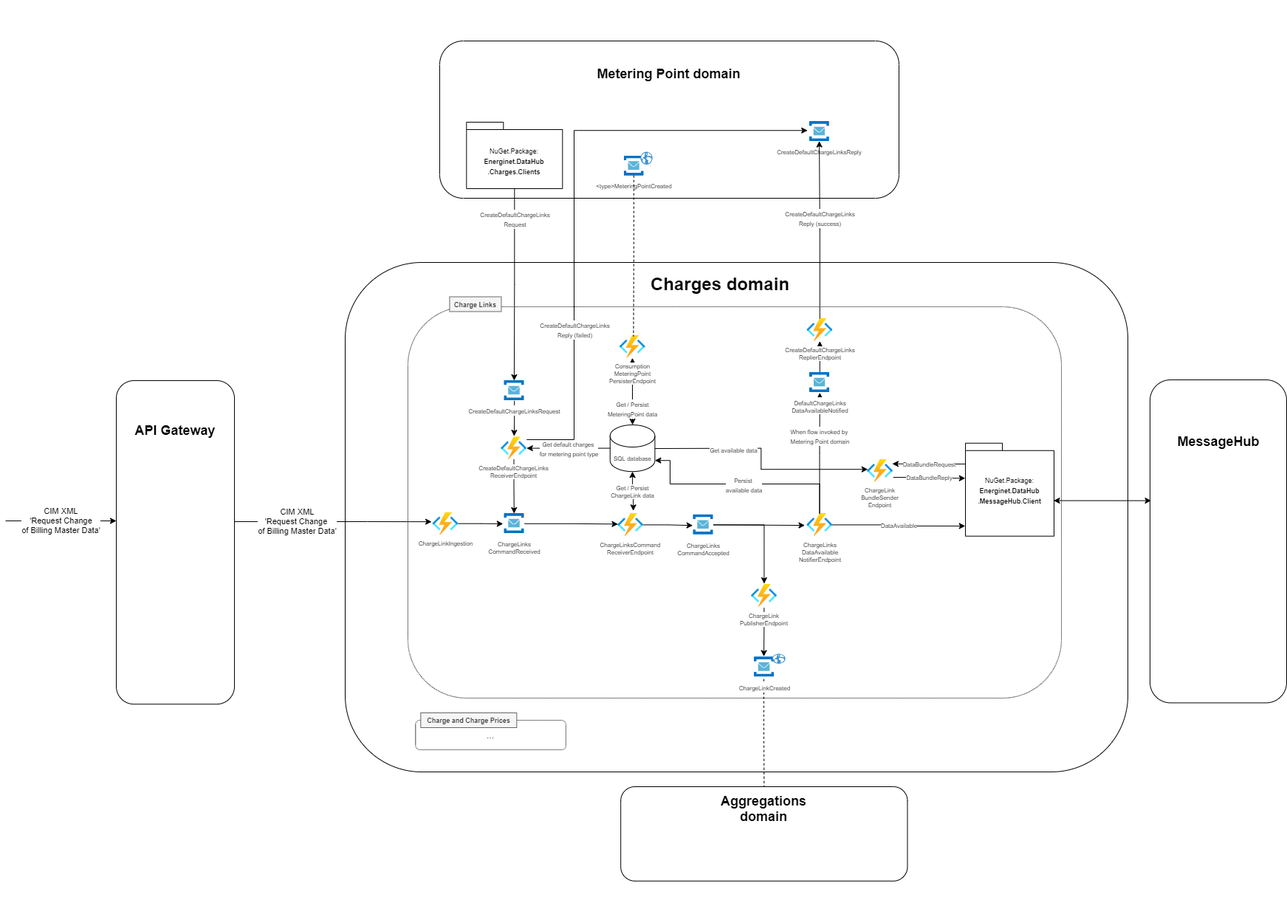
This is ARCHITECTURE-ChargeLinks.png from Energinet-DataHub/ARCHIVED-geh-charges, a draw.io export, as it was before one commit. Source tidied: cells renumbered, new cells last; positions are measured from the earlier drawing's top-left corner, leaving out a move shared by most shapes.
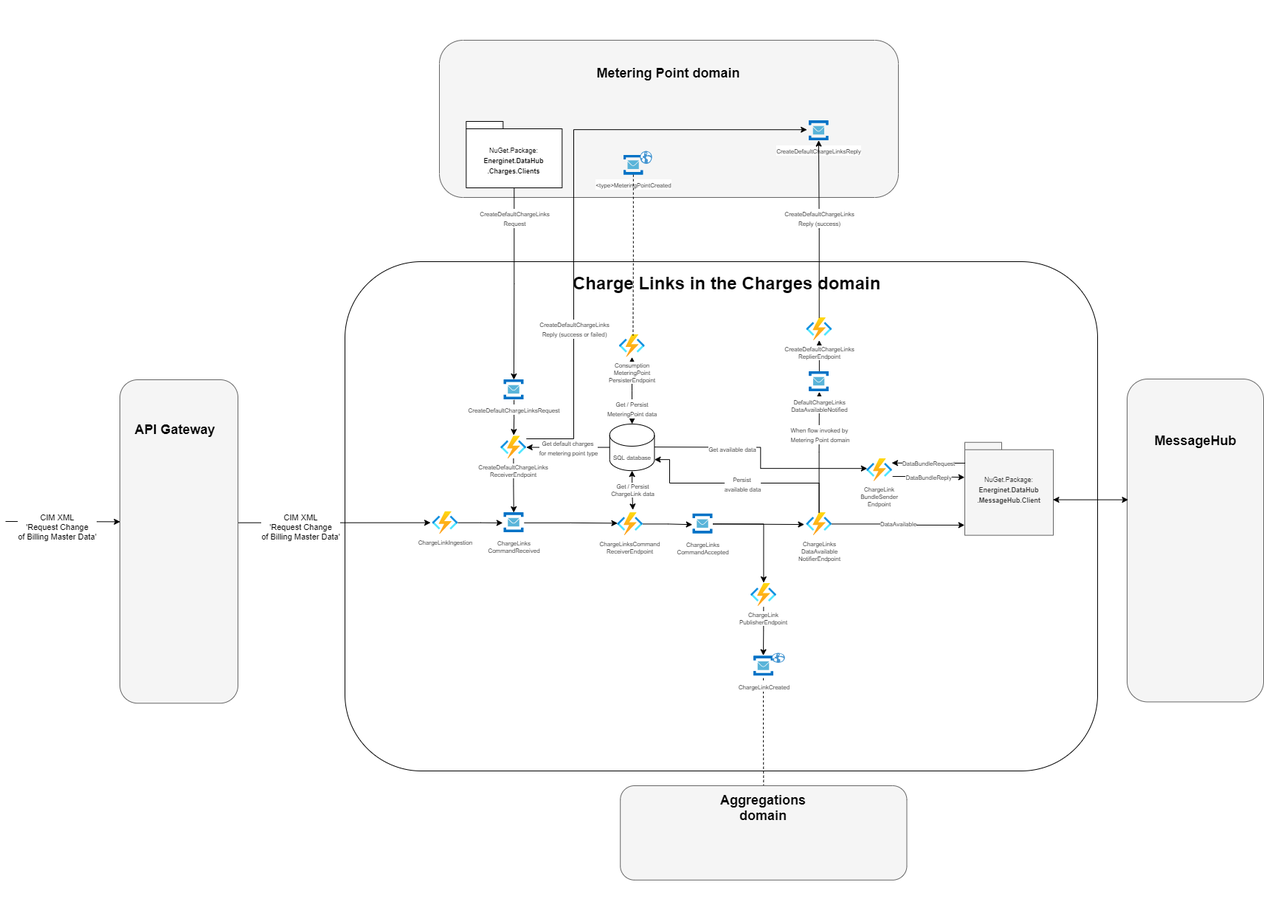
The same file after the commit.

Commit message:
Fix: Add missing success reply path in charge link arch diagram (#839)

Besides fixing the missing success-reply path, it includes some graphical changes as well

What changed in the source:
```diff
@@ -5,7 +5,7 @@
     <mxCell id="2" style="group;" parent="1" vertex="1">
       <mxGeometry x="588" width="622" height="213" as="geometry" />
     </mxCell>
-    <mxCell id="3" value="&lt;h2&gt;&lt;br&gt;&lt;/h2&gt;" style="rounded=1;whiteSpace=wrap;html=1;labelPosition=center;verticalLabelPosition=top;align=center;verticalAlign=bottom;" parent="2" vertex="1">
+    <mxCell id="3" value="&lt;h2&gt;&lt;br&gt;&lt;/h2&gt;" style="rounded=1;whiteSpace=wrap;html=1;labelPosition=center;verticalLabelPosition=top;align=center;verticalAlign=bottom;fillColor=#f5f5f5;strokeColor=#666666;fontColor=#333333;" parent="2" vertex="1">
       <mxGeometry width="622" height="213" as="geometry" />
     </mxCell>
     <mxCell id="4" value="&lt;b&gt;&lt;font style=&quot;font-size: 18px&quot;&gt;Metering Point domain&lt;/font&gt;&lt;/b&gt;" style="text;html=1;strokeColor=none;fillColor=none;align=center;verticalAlign=middle;whiteSpace=wrap;rounded=0;" parent="2" vertex="1">
@@ -14,7 +14,7 @@
     <mxCell id="5" value="&lt;font style=&quot;font-size: 8px&quot;&gt;CreateDefaultChargeLinksReply&lt;br&gt;&lt;/font&gt;" style="html=1;points=[];align=center;image;fontSize=12;image=img/lib/mscae/Service_Bus.svg;" parent="2" vertex="1">
       <mxGeometry x="500.8" y="109.1" width="26.5" height="26.5" as="geometry" />
     </mxCell>
-    <mxCell id="6" style="group;" parent="2" vertex="1">
+    <mxCell id="6" style="group;labelBackgroundColor=none;labelBorderColor=none;" parent="2" vertex="1">
       <mxGeometry x="249.6" y="150" width="38.7" height="41" as="geometry" />
     </mxCell>
     <mxCell id="7" value="&lt;span style=&quot;font-size: 8px&quot;&gt;&amp;lt;type&amp;gt;MeteringPointCreated&lt;/span&gt;" style="html=1;points=[];align=center;image;fontSize=12;image=img/lib/mscae/Service_Bus.svg;" parent="6" vertex="1">
@@ -27,20 +27,14 @@
       <mxGeometry x="460" y="300" width="1060" height="885.6" as="geometry" />
     </mxCell>
     <mxCell id="10" style="rounded=1;whiteSpace=wrap;html=1;" parent="9" vertex="1">
-      <mxGeometry width="1060" height="690" as="geometry" />
+      <mxGeometry width="1020" height="690" as="geometry" />
     </mxCell>
-    <mxCell id="11" style="rounded=1;whiteSpace=wrap;html=1;dashed=1;dashPattern=1 1;align=center;" parent="9" vertex="1">
-      <mxGeometry x="84.9" y="60" width="885.1" height="530" as="geometry" />
-    </mxCell>
     <mxCell id="12" style="edgeStyle=orthogonalEdgeStyle;rounded=0;jettySize=auto;html=1;entryX=0.475;entryY=-0.028;entryDx=0;entryDy=0;entryPerimeter=0;startArrow=none;startFill=0;endArrow=classic;endFill=1;strokeColor=#000000;exitX=0.5;exitY=1.044;exitDx=0;exitDy=0;exitPerimeter=0;" parent="9" edge="1" source="28" target="55">
       <mxGeometry relative="1" as="geometry" />
     </mxCell>
-    <mxCell id="13" value="&lt;h1&gt;Charges domain&lt;br&gt;&lt;/h1&gt;" style="text;html=1;strokeColor=none;fillColor=none;spacing=5;spacingTop=-20;whiteSpace=wrap;overflow=hidden;rounded=0;dashed=1;" parent="9" vertex="1">
-      <mxGeometry x="408.7" y="10" width="242.7" height="36.5" as="geometry" />
+    <mxCell id="13" value="&lt;h1&gt;Charge Links in the Charges domain&lt;br&gt;&lt;/h1&gt;" style="text;html=1;strokeColor=none;fillColor=none;spacing=5;spacingTop=-20;whiteSpace=wrap;overflow=hidden;rounded=0;dashed=1;" parent="9" vertex="1">
+      <mxGeometry x="304.3" y="10" width="451.3" height="36.5" as="geometry" />
     </mxCell>
-    <mxCell id="14" value="Charge Links" style="text;html=1;align=center;verticalAlign=middle;strokeColor=#666666;fillColor=#f5f5f5;fontStyle=1;fontSize=9;fontColor=#333333;" parent="9" vertex="1">
-      <mxGeometry x="141.4" y="46.5" width="70" height="20" as="geometry" />
-    </mxCell>
     <mxCell id="15" style="edgeStyle=orthogonalEdgeStyle;rounded=0;jettySize=auto;html=1;entryX=0.023;entryY=0.435;entryDx=0;entryDy=0;entryPerimeter=0;endArrow=classic;endFill=1;strokeColor=#000000;shadow=0;noJump=0;comic=0;orthogonal=0;flowAnimation=0;snapToPoint=1;" parent="9" edge="1" source="17" target="33">
       <mxGeometry relative="1" as="geometry" />
     </mxCell>
@@ -154,16 +148,7 @@
     <mxCell id="46" value="&lt;div&gt;&lt;span style=&quot;font-size: 8px&quot;&gt;DefaultChargeLinks&lt;/span&gt;&lt;/div&gt;&lt;font style=&quot;font-size: 8px&quot;&gt;&lt;div&gt;DataAvailableNotified&lt;/div&gt;&lt;/font&gt;" style="html=1;points=[];align=center;image;fontSize=12;image=img/lib/mscae/Service_Bus.svg;" parent="9" vertex="1">
       <mxGeometry x="629.1" y="149" width="27.4" height="27.4" as="geometry" />
     </mxCell>
-    <mxCell id="47" style="group;" parent="9" vertex="1">
-      <mxGeometry x="95.2" y="610" width="203.7" height="50" as="geometry" />
-    </mxCell>
-    <mxCell id="48" value="..." style="rounded=1;whiteSpace=wrap;html=1;dashed=1;dashPattern=1 1;align=center;" parent="47" vertex="1">
-      <mxGeometry y="10" width="203.7" height="40" as="geometry" />
-    </mxCell>
-    <mxCell id="49" value="Charge and Charge Prices" style="text;html=1;align=center;verticalAlign=middle;strokeColor=#666666;fillColor=#f5f5f5;fontStyle=1;fontSize=9;fontColor=#333333;" parent="47" vertex="1">
-      <mxGeometry x="7.1" width="130" height="20" as="geometry" />
-    </mxCell>
-    <mxCell id="50" value="&lt;font style=&quot;font-size: 9px&quot;&gt;NuGet.Package:&lt;br&gt;&lt;b&gt;Energinet.DataHub&lt;br&gt;.MessageHub.Client&lt;/b&gt;&lt;/font&gt;" style="shape=folder;tabWidth=50;tabHeight=10;tabPosition=left;strokeWidth=1;html=1;whiteSpace=wrap;align=center;" parent="9" vertex="1">
+    <mxCell id="50" value="&lt;font style=&quot;font-size: 9px&quot;&gt;NuGet.Package:&lt;br&gt;&lt;b&gt;Energinet.DataHub&lt;br&gt;.MessageHub.Client&lt;/b&gt;&lt;/font&gt;" style="shape=folder;tabWidth=50;tabHeight=10;tabPosition=left;strokeWidth=1;html=1;whiteSpace=wrap;align=center;fillColor=#f5f5f5;strokeColor=#666666;fontColor=#333333;" parent="9" vertex="1">
       <mxGeometry x="840" y="244.8" width="120" height="125.9" as="geometry" />
     </mxCell>
     <mxCell id="51" value="&lt;font style=&quot;font-size: 8px&quot;&gt;DataBundleRequest&lt;/font&gt;" style="edgeStyle=orthogonalEdgeStyle;rounded=0;jettySize=auto;html=1;entryX=0.98;entryY=0.191;entryDx=0;entryDy=0;entryPerimeter=0;endArrow=classic;endFill=1;exitX=0.005;exitY=0.224;exitDx=0;exitDy=0;exitPerimeter=0;startArrow=none;startFill=0;" parent="9" edge="1" source="50" target="33">
@@ -187,36 +172,19 @@
     <mxCell id="57" style="group;" parent="9" vertex="1">
       <mxGeometry x="373.2" y="710" width="388.3" height="127.8" as="geometry" />
     </mxCell>
-    <mxCell id="58" style="rounded=1;whiteSpace=wrap;html=1;" parent="57" vertex="1">
+    <mxCell id="58" style="rounded=1;whiteSpace=wrap;html=1;fillColor=#f5f5f5;strokeColor=#666666;fontColor=#333333;" parent="57" vertex="1">
       <mxGeometry width="388.3" height="127.8" as="geometry" />
     </mxCell>
     <mxCell id="59" value="&lt;b&gt;&lt;font style=&quot;font-size: 18px&quot;&gt;Aggregations domain&lt;/font&gt;&lt;/b&gt;" style="text;html=1;strokeColor=none;fillColor=none;align=center;verticalAlign=middle;whiteSpace=wrap;rounded=0;" parent="57" vertex="1">
       <mxGeometry x="109.2" y="9.1" width="169.9" height="41.2" as="geometry" />
     </mxCell>
-    <mxCell id="60" value="CIM XML&lt;br&gt;'Request Change &lt;br&gt;of Billing Master Data'" style="edgeStyle=orthogonalEdgeStyle;rounded=0;jettySize=auto;html=1;entryX=-0.039;entryY=0.415;entryDx=0;entryDy=0;entryPerimeter=0;startArrow=none;startFill=0;endArrow=classic;endFill=1;strokeColor=#000000;" parent="1" edge="1" source="61" target="19">
-      <mxGeometry x="-0.36" relative="1" as="geometry">
-        <Array as="points">
-          <mxPoint x="490" y="651" />
-          <mxPoint x="490" y="651" />
-        </Array>
-      </mxGeometry>
-    </mxCell>
-    <mxCell id="61" style="rounded=1;whiteSpace=wrap;html=1;" parent="1" vertex="1">
-      <mxGeometry x="150" y="460" width="160" height="438.2" as="geometry" />
-    </mxCell>
-    <mxCell id="62" value="&lt;b&gt;&lt;font style=&quot;font-size: 18px&quot;&gt;API Gateway&lt;/font&gt;&lt;/b&gt;" style="text;html=1;strokeColor=none;fillColor=none;align=center;verticalAlign=middle;whiteSpace=wrap;rounded=0;" parent="1" vertex="1">
-      <mxGeometry x="155" y="516.8" width="150" height="22.6" as="geometry" />
-    </mxCell>
-    <mxCell id="63" value="CIM XML&lt;br&gt;'Request Change&lt;br&gt;of Billing Master Data'" style="endArrow=classic;html=1;" parent="1" edge="1">
-      <mxGeometry relative="1" as="geometry">
-        <mxPoint y="650" as="sourcePoint" />
-        <mxPoint x="150" y="650" as="targetPoint" />
-      </mxGeometry>
+    <mxCell id="63" value="CIM XML&lt;br&gt;'Request Change&lt;br&gt;of Billing Master Data'" style="endArrow=classic;html=1;entryX=-0.071;entryY=0.497;entryDx=0;entryDy=0;entryPerimeter=0;exitX=1.002;exitY=0.442;exitDx=0;exitDy=0;exitPerimeter=0;" parent="1" edge="1" source="61" target="19">
+      <mxGeometry x="-0.35" y="-6" relative="1" as="geometry" />
     </mxCell>
     <mxCell id="64" style="group;" parent="1" vertex="1">
-      <mxGeometry x="1550" y="479" width="185" height="437.4" as="geometry" />
+      <mxGeometry x="1520" y="479" width="185" height="437.4" as="geometry" />
     </mxCell>
-    <mxCell id="65" style="rounded=1;whiteSpace=wrap;html=1;" parent="64" vertex="1">
+    <mxCell id="65" style="rounded=1;whiteSpace=wrap;html=1;fillColor=#f5f5f5;strokeColor=#666666;fontColor=#333333;" parent="64" vertex="1">
       <mxGeometry y="-20" width="185" height="437.4" as="geometry" />
     </mxCell>
     <mxCell id="66" value="&lt;b&gt;&lt;font style=&quot;font-size: 18px&quot;&gt;MessageHub&lt;/font&gt;&lt;/b&gt;" style="text;html=1;strokeColor=none;fillColor=none;align=center;verticalAlign=middle;whiteSpace=wrap;rounded=0;" parent="64" vertex="1">
@@ -247,7 +215,7 @@
         </Array>
       </mxGeometry>
     </mxCell>
-    <mxCell id="73" value="&lt;span style=&quot;font-size: 8px&quot;&gt;CreateDefaultChargeLinks&lt;/span&gt;&lt;br style=&quot;font-size: 8px&quot;&gt;&lt;span style=&quot;font-size: 8px&quot;&gt;Reply (failed)&lt;br&gt;&lt;/span&gt;" style="edgeLabel;html=1;align=center;verticalAlign=middle;" parent="72" vertex="1">
+    <mxCell id="73" value="&lt;span style=&quot;font-size: 8px&quot;&gt;CreateDefaultChargeLinks&lt;/span&gt;&lt;br style=&quot;font-size: 8px&quot;&gt;&lt;span style=&quot;font-size: 8px&quot;&gt;Reply (success or failed)&lt;br&gt;&lt;/span&gt;" style="edgeLabel;html=1;align=center;verticalAlign=middle;" parent="72" vertex="1">
       <mxGeometry x="-0.07" y="7" relative="1" as="geometry">
         <mxPoint x="7" y="159" as="offset" />
       </mxGeometry>
@@ -260,5 +228,19 @@
         <mxPoint x="1" y="12" as="offset" />
       </mxGeometry>
     </mxCell>
+    <mxCell id="76" style="group;" parent="1" vertex="1">
+      <mxGeometry x="155" y="460" width="160" height="438.2" as="geometry" />
+    </mxCell>
+    <mxCell id="61" style="rounded=1;whiteSpace=wrap;html=1;fillColor=#f5f5f5;strokeColor=#666666;fontColor=#333333;" parent="76" vertex="1">
+      <mxGeometry width="160" height="438.2" as="geometry" />
+    </mxCell>
+    <mxCell id="62" value="&lt;b&gt;&lt;font style=&quot;font-size: 18px&quot;&gt;API Gateway&lt;/font&gt;&lt;/b&gt;" style="text;html=1;strokeColor=none;fillColor=none;align=center;verticalAlign=middle;whiteSpace=wrap;rounded=0;" parent="76" vertex="1">
+      <mxGeometry y="56.8" width="150" height="22.6" as="geometry" />
+    </mxCell>
+    <mxCell id="60" value="CIM XML&lt;br&gt;'Request Change&lt;br&gt;of Billing Master Data'" style="endArrow=classic;html=1;entryX=0.002;entryY=0.439;entryDx=0;entryDy=0;entryPerimeter=0;" parent="1" edge="1" target="61">
+      <mxGeometry x="-0.1" y="-8" relative="1" as="geometry">
+        <mxPoint y="652" as="sourcePoint" />
+      </mxGeometry>
+    </mxCell>
   </root>
 </mxGraphModel>
```
